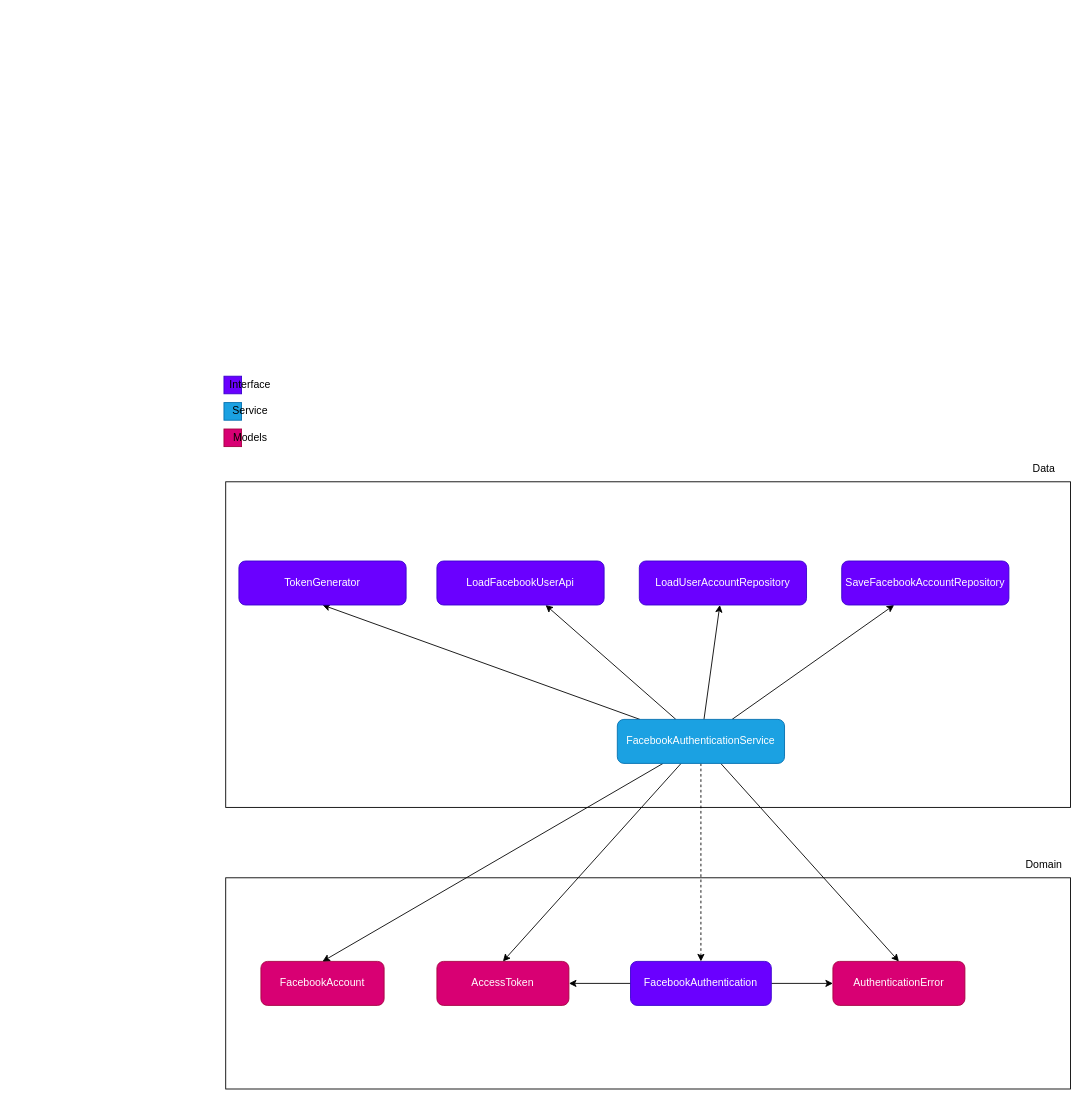
The draw.io diagram docs/facebook-authentication/dependencies.drawio in diogo-braz/facebook-api-integration, before the edit. Source tidied: cells renumbered, new cells numbered last; positions are measured from the earlier drawing's top-left corner, leaving out a move shared by most shapes. Both pictures are drawn from the tidied source at 88%, with x=0, y=0 at pixel (224, 376).
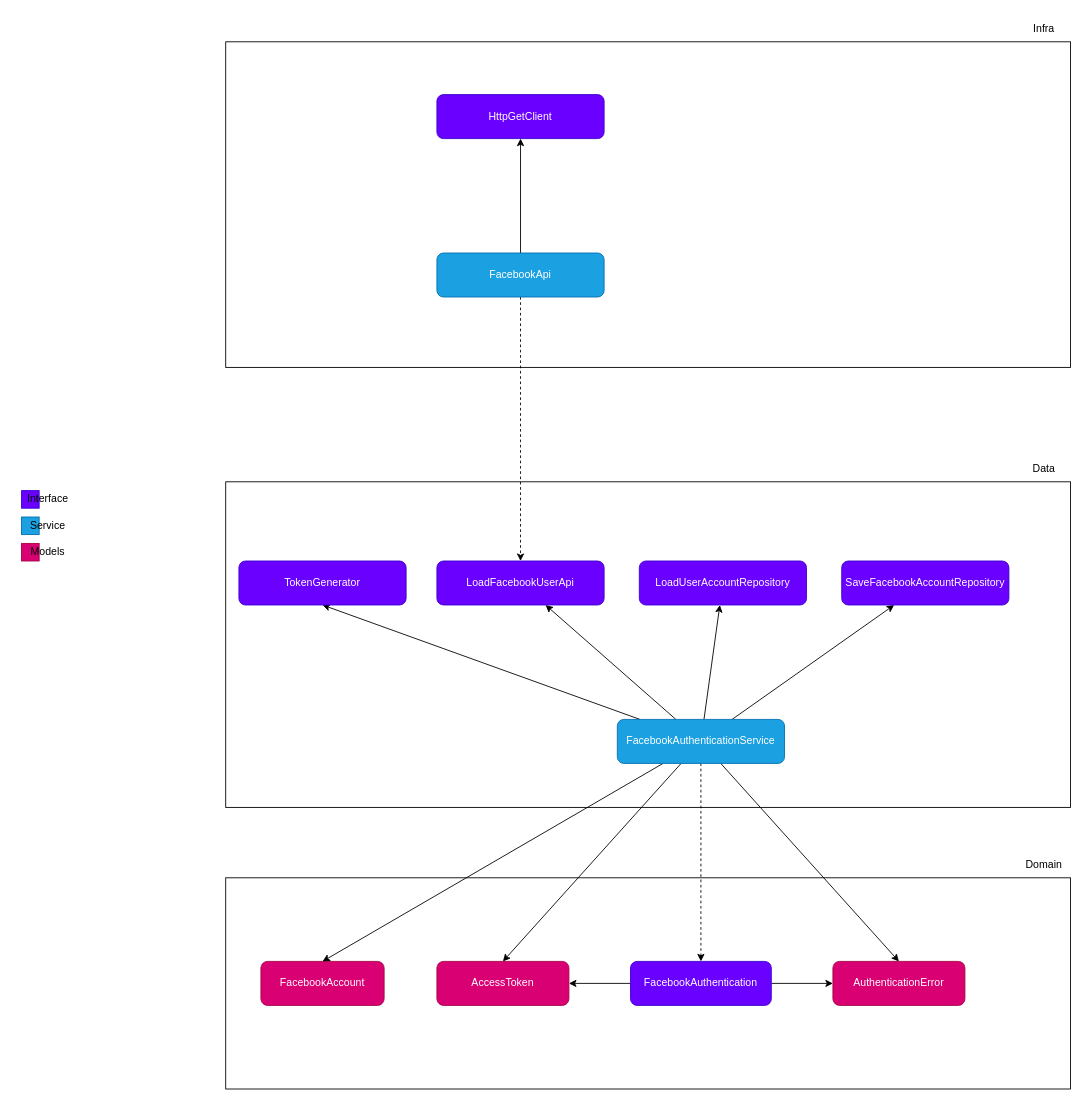
The same page after the edit.

Commit message:
docs: add FacebookApi and HttpGetClient to diagram

The change refers to these unchanged cells:
```xml
<mxCell id="22" value="LoadFacebookUserApi" style="rounded=1;whiteSpace=wrap;html=1;fillColor=#6a00ff;fontColor=#ffffff;strokeColor=#3700CC;" parent="1" vertex="1">
  <mxGeometry x="242" y="210" width="190" height="50" as="geometry" />
</mxCell>
```

Diff of the diagram source:
```diff
@@
-    <mxCell id="25" style="whiteSpace=wrap;html=1;rounded=0;fillColor=#6a00ff;fontColor=#ffffff;strokeColor=#3700CC;" parent="1" vertex="1">
-      <mxGeometry width="20" height="20" as="geometry" />
-    </mxCell>
+    <mxCell id="33" style="group;" parent="1" vertex="1">
+      <mxGeometry x="-230" y="130" width="60" height="80" as="geometry" />
+    </mxCell>
+    <mxCell id="34" style="whiteSpace=wrap;html=1;rounded=0;fillColor=#6a00ff;fontColor=#ffffff;strokeColor=#3700CC;" parent="33" vertex="1">
+      <mxGeometry width="20" height="20" as="geometry" />
+    </mxCell>
-    <mxCell id="26" value="Interface" style="text;strokeColor=none;align=center;fillColor=none;html=1;verticalAlign=middle;whiteSpace=wrap;rounded=0;" parent="1" vertex="1">
+    <mxCell id="26" value="Interface" style="text;strokeColor=none;align=center;fillColor=none;html=1;verticalAlign=middle;whiteSpace=wrap;rounded=0;" parent="33" vertex="1">
       <mxGeometry width="60" height="20" as="geometry" />
     </mxCell>
-    <mxCell id="27" style="edgeStyle=none;html=1;" parent="1" edge="1" source="28" target="29">
-      <mxGeometry relative="1" as="geometry" />
-    </mxCell>
-    <mxCell id="28" style="whiteSpace=wrap;html=1;rounded=0;fillColor=#1ba1e2;fontColor=#ffffff;strokeColor=#006EAF;" parent="1" vertex="1">
-      <mxGeometry y="30" width="20" height="20" as="geometry" />
-    </mxCell>
+    <mxCell id="35" style="whiteSpace=wrap;html=1;rounded=0;fillColor=#1ba1e2;fontColor=#ffffff;strokeColor=#006EAF;" parent="33" vertex="1">
+      <mxGeometry y="30" width="20" height="20" as="geometry" />
+    </mxCell>
-    <mxCell id="29" value="Service" style="text;strokeColor=none;align=center;fillColor=none;html=1;verticalAlign=middle;whiteSpace=wrap;rounded=0;" parent="1" vertex="1">
+    <mxCell id="29" value="Service" style="text;strokeColor=none;align=center;fillColor=none;html=1;verticalAlign=middle;whiteSpace=wrap;rounded=0;" parent="33" vertex="1">
       <mxGeometry y="30" width="60" height="20" as="geometry" />
     </mxCell>
-    <mxCell id="30" style="edgeStyle=none;html=1;" parent="1" edge="1" source="31" target="32">
-      <mxGeometry relative="1" as="geometry" />
-    </mxCell>
-    <mxCell id="31" style="whiteSpace=wrap;html=1;rounded=0;fillColor=#d80073;fontColor=#ffffff;strokeColor=#A50040;" parent="1" vertex="1">
-      <mxGeometry y="60" width="20" height="20" as="geometry" />
-    </mxCell>
+    <mxCell id="36" style="edgeStyle=none;html=1;" parent="33" edge="1" source="35" target="29">
+      <mxGeometry relative="1" as="geometry" />
+    </mxCell>
+    <mxCell id="37" style="whiteSpace=wrap;html=1;rounded=0;fillColor=#d80073;fontColor=#ffffff;strokeColor=#A50040;" parent="33" vertex="1">
+      <mxGeometry y="60" width="20" height="20" as="geometry" />
+    </mxCell>
-    <mxCell id="32" value="Models" style="text;strokeColor=none;align=center;fillColor=none;html=1;verticalAlign=middle;whiteSpace=wrap;rounded=0;" parent="1" vertex="1">
+    <mxCell id="32" value="Models" style="text;strokeColor=none;align=center;fillColor=none;html=1;verticalAlign=middle;whiteSpace=wrap;rounded=0;" parent="33" vertex="1">
       <mxGeometry y="60" width="60" height="20" as="geometry" />
     </mxCell>
+    <mxCell id="38" style="edgeStyle=none;html=1;" parent="33" edge="1" source="37" target="32">
+      <mxGeometry relative="1" as="geometry" />
+    </mxCell>
+    <mxCell id="39" style="rounded=0;whiteSpace=wrap;html=1;" parent="1" vertex="1">
+      <mxGeometry x="2" y="-380" width="960" height="370" as="geometry" />
+    </mxCell>
+    <mxCell id="40" value="Infra" style="text;strokeColor=none;align=center;fillColor=none;html=1;verticalAlign=middle;whiteSpace=wrap;rounded=0;" parent="1" vertex="1">
+      <mxGeometry x="902" y="-410" width="60" height="30" as="geometry" />
+    </mxCell>
+    <mxCell id="41" style="edgeStyle=none;html=1;entryX=0.5;entryY=1;entryDx=0;entryDy=0;" parent="1" edge="1">
+      <mxGeometry relative="1" as="geometry">
+        <mxPoint x="112" y="-240" as="targetPoint" />
+      </mxGeometry>
+    </mxCell>
+    <mxCell id="42" style="edgeStyle=none;html=1;" parent="1" edge="1">
+      <mxGeometry relative="1" as="geometry">
+        <mxPoint x="365.5" y="-240" as="targetPoint" />
+      </mxGeometry>
+    </mxCell>
+    <mxCell id="43" style="edgeStyle=none;html=1;" parent="1" edge="1">
+      <mxGeometry relative="1" as="geometry">
+        <mxPoint x="563.5" y="-240" as="targetPoint" />
+      </mxGeometry>
+    </mxCell>
+    <mxCell id="44" style="edgeStyle=none;html=1;" parent="1" edge="1">
+      <mxGeometry relative="1" as="geometry">
+        <mxPoint x="761.6" y="-240" as="targetPoint" />
+      </mxGeometry>
+    </mxCell>
+    <mxCell id="45" value="HttpGetClient" style="rounded=1;whiteSpace=wrap;html=1;fillColor=#6a00ff;fontColor=#ffffff;strokeColor=#3700CC;" parent="1" vertex="1">
+      <mxGeometry x="242" y="-320" width="190" height="50" as="geometry" />
+    </mxCell>
+    <mxCell id="46" style="edgeStyle=none;html=1;entryX=0.5;entryY=1;entryDx=0;entryDy=0;" parent="1" edge="1" source="48" target="45">
+      <mxGeometry relative="1" as="geometry" />
+    </mxCell>
+    <mxCell id="47" style="edgeStyle=none;html=1;dashed=1;" parent="1" edge="1" source="48" target="22">
+      <mxGeometry relative="1" as="geometry" />
+    </mxCell>
+    <mxCell id="48" value="FacebookApi" style="rounded=1;whiteSpace=wrap;html=1;fillColor=#1ba1e2;fontColor=#ffffff;strokeColor=#006EAF;" parent="1" vertex="1">
+      <mxGeometry x="242" y="-140" width="190" height="50" as="geometry" />
+    </mxCell>
```
